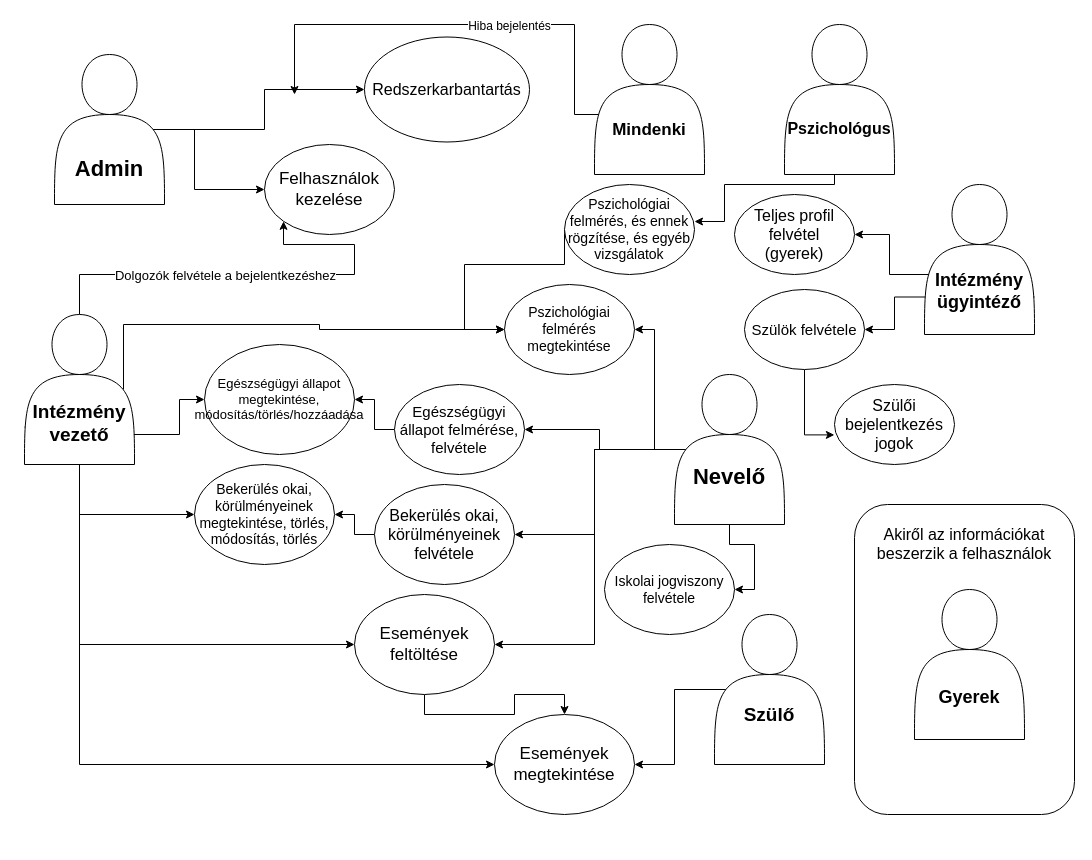
The draw.io diagram Zaró dolgozat/Use-Case diagram.drawio in UnicornsLover/Szakdolgozat2020, before the edit. Source tidied: cells renumbered, new cells numbered last; positions are measured from the earlier drawing's top-left corner, leaving out a move shared by most shapes. Both pictures are drawn from the tidied source at 100%, with x=0, y=0 at pixel (24, 24).
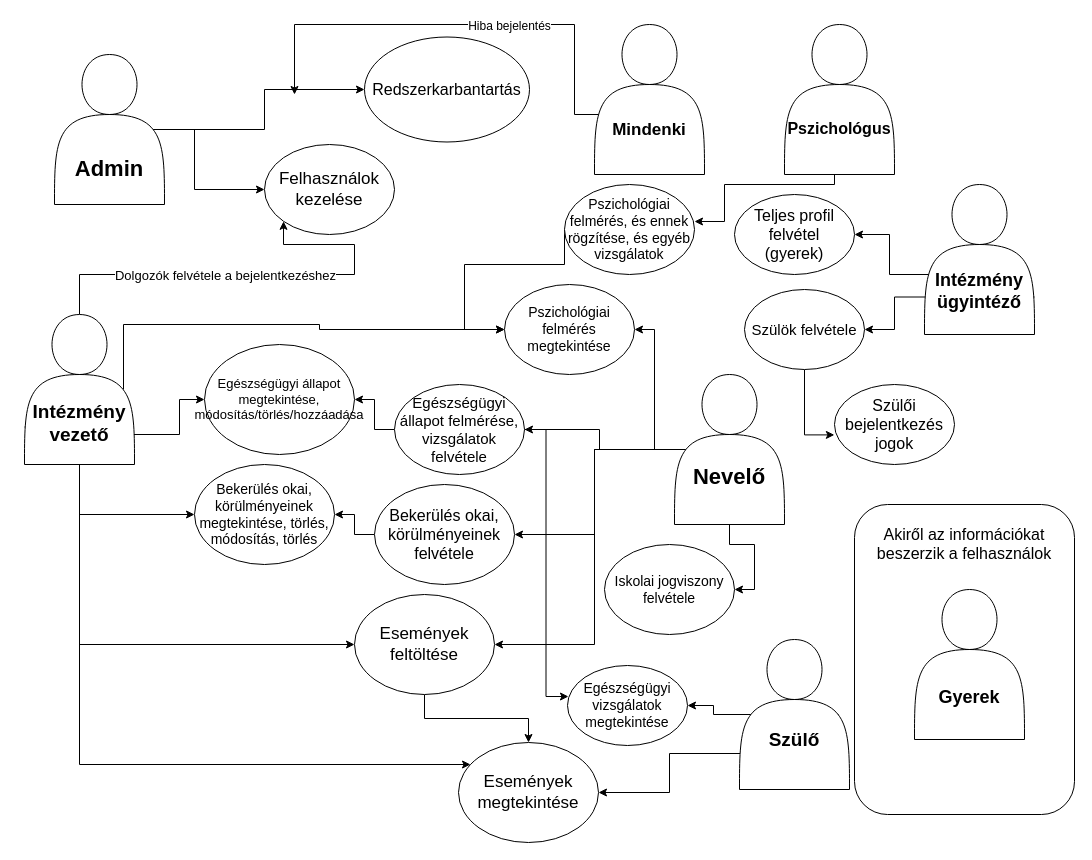
The same diagram, later.

Change to the diagram source:
```diff
@@
+    <mxCell id="50" style="edgeStyle=orthogonalEdgeStyle;rounded=0;jettySize=auto;html=1;entryX=0.008;entryY=0.388;entryDx=0;entryDy=0;entryPerimeter=0;fontSize=14;" parent="1" edge="1" source="25" target="52">
+      <mxGeometry relative="1" as="geometry" />
+    </mxCell>
-    <mxCell id="25" value="&lt;font style=&quot;font-size: 15px&quot;&gt;Egészségügyi állapot felmérése, felvétele&lt;br&gt;&lt;/font&gt;" style="ellipse;whiteSpace=wrap;html=1;" parent="1" vertex="1">
+    <mxCell id="25" value="&lt;font style=&quot;font-size: 15px&quot;&gt;Egészségügyi állapot felmérése, vizsgálatok felvétele&lt;br&gt;&lt;/font&gt;" style="ellipse;whiteSpace=wrap;html=1;" parent="1" vertex="1">
       <mxGeometry x="370" y="360" width="130" height="90" as="geometry" />
     </mxCell>
@@
     <mxCell id="30" style="edgeStyle=orthogonalEdgeStyle;rounded=0;jettySize=auto;html=1;entryX=1;entryY=0.5;entryDx=0;entryDy=0;exitX=0.636;exitY=0.5;exitDx=0;exitDy=0;exitPerimeter=0;" parent="1" edge="1" source="31" target="32">
-      <mxGeometry relative="1" as="geometry" />
+      <mxGeometry relative="1" as="geometry">
+        <Array as="points">
+          <mxPoint x="785" y="729" />
+          <mxPoint x="645" y="729" />
+          <mxPoint x="645" y="768" />
+        </Array>
+      </mxGeometry>
     </mxCell>
+    <mxCell id="51" style="edgeStyle=orthogonalEdgeStyle;rounded=0;jettySize=auto;html=1;fontSize=14;exitX=0.9;exitY=0.5;exitDx=0;exitDy=0;exitPerimeter=0;" parent="1" edge="1" source="31" target="52">
+      <mxGeometry relative="1" as="geometry" />
+    </mxCell>
     <mxCell id="31" value="&lt;b&gt;&lt;br&gt;&lt;/b&gt;&lt;div&gt;&lt;b&gt;&lt;br&gt;&lt;/b&gt;&lt;/div&gt;&lt;div&gt;&lt;b&gt;&lt;font style=&quot;font-size: 19px&quot;&gt;&lt;br&gt;&lt;/font&gt;&lt;/b&gt;&lt;/div&gt;&lt;div&gt;&lt;b&gt;&lt;font style=&quot;font-size: 19px&quot;&gt;Szülő&lt;/font&gt;&lt;/b&gt;&lt;/div&gt;" style="shape=actor;whiteSpace=wrap;html=1;" parent="1" vertex="1">
-      <mxGeometry x="690" y="590" width="110" height="150" as="geometry" />
+      <mxGeometry x="715" y="615" width="110" height="150" as="geometry" />
     </mxCell>
     <mxCell id="32" value="&lt;font style=&quot;font-size: 17px&quot;&gt;Események megtekintése&lt;br&gt;&lt;/font&gt;" style="ellipse;whiteSpace=wrap;html=1;" parent="1" vertex="1">
-      <mxGeometry x="470" y="690" width="140" height="100" as="geometry" />
+      <mxGeometry x="434" y="718" width="140" height="100" as="geometry" />
     </mxCell>
@@
+    <mxCell id="52" value="Egészségügyi vizsgálatok megtekintése" style="ellipse;whiteSpace=wrap;html=1;fontSize=14;" parent="1" vertex="1">
+      <mxGeometry x="543" y="641" width="120" height="80" as="geometry" />
+    </mxCell>
```
